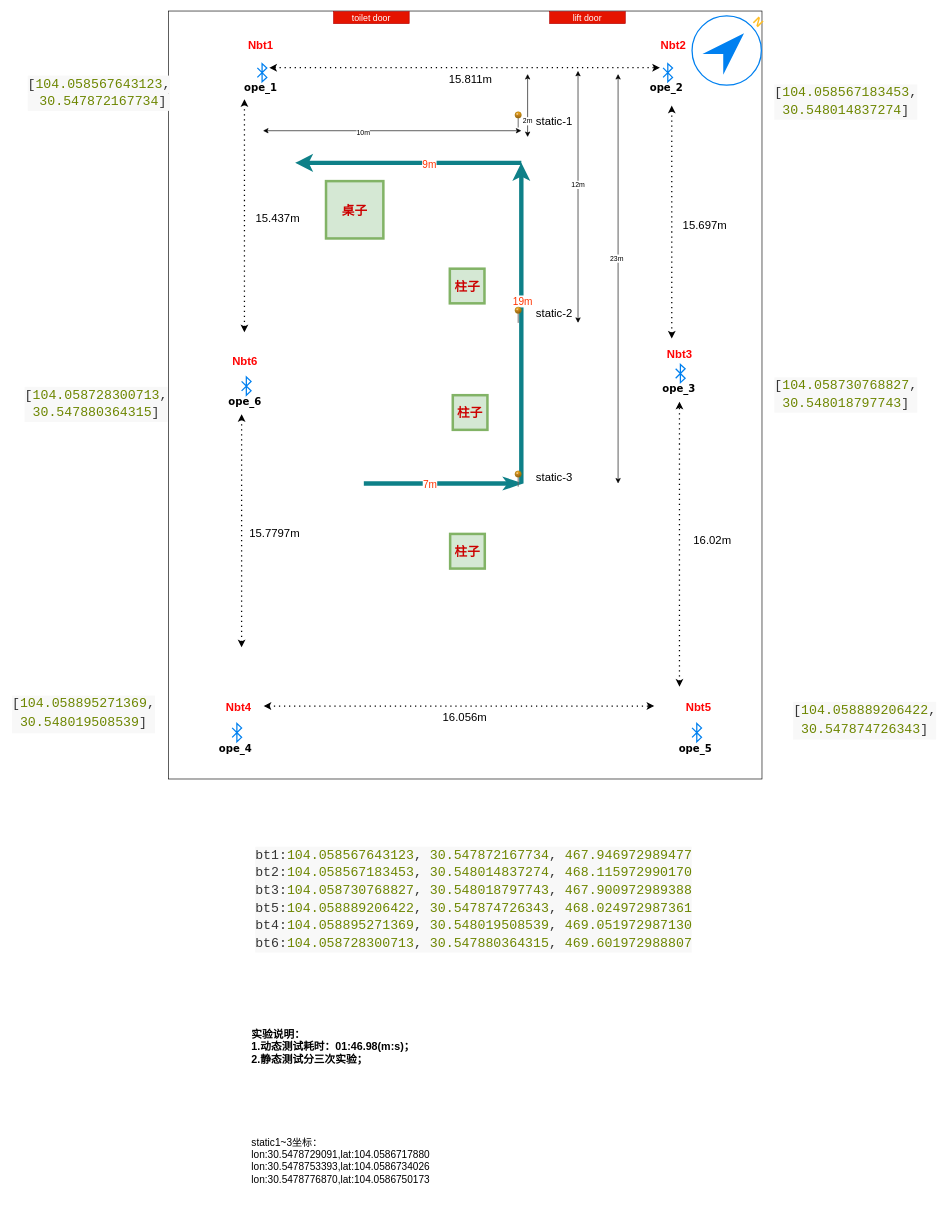
Above: page "ope环境和测试轨迹" (5 of 5) of TotalStation/位置信息标注.drawio in Joiner12/Position (draw.io), before the change. Source tidied: cells renumbered, new cells numbered last; positions are measured from the earlier drawing's top-left corner, leaving out a move shared by most shapes. Both pictures are drawn from the tidied source at 63%, with x=0, y=0 at pixel (11, 11).
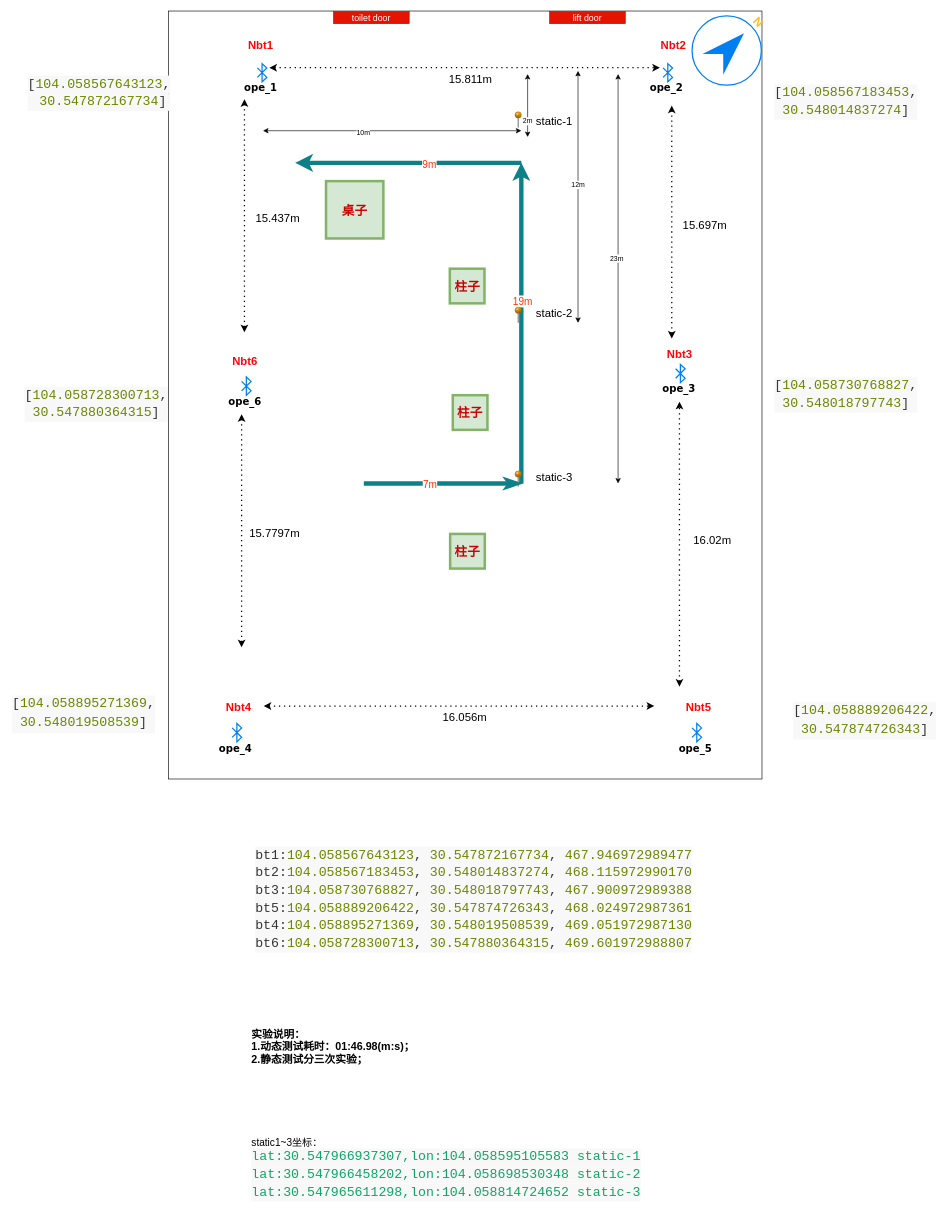
After the change.

Commit message (it also covers changes not shown here):
更正静态点位置坐标

What changed in the source:
```diff
@@
-    <mxCell id="79" value="&lt;font style=&quot;font-size: 16px&quot;&gt;static1~3坐标：&lt;br&gt;lon:30.5478729091,lat:104.0586717880&lt;br&gt;lon:30.5478753393,lat:104.0586734026&lt;br&gt;lon:30.5478776870,lat:104.0586750173&lt;/font&gt;" style="text;whiteSpace=wrap;html=1;" parent="1" vertex="1">
-      <mxGeometry x="380" y="1780" width="300" height="90" as="geometry" />
+    <mxCell id="79" value="&lt;font style=&quot;font-size: 16px&quot;&gt;static1~3坐标：&lt;br&gt;&lt;div style=&quot;color: rgb(53 , 53 , 53) ; background-color: rgb(248 , 248 , 248) ; font-family: &amp;#34;consolas&amp;#34; , &amp;#34;courier new&amp;#34; , monospace ; font-size: 21px ; line-height: 28px&quot;&gt;&lt;span style=&quot;color: #10a567&quot;&gt;lat:30.547966937307,lon:104.058595105583&amp;nbsp;static-1&lt;/span&gt;&lt;/div&gt;&lt;div style=&quot;color: rgb(53 , 53 , 53) ; background-color: rgb(248 , 248 , 248) ; font-family: &amp;#34;consolas&amp;#34; , &amp;#34;courier new&amp;#34; , monospace ; font-size: 21px ; line-height: 28px&quot;&gt;&lt;div style=&quot;font-family: &amp;#34;consolas&amp;#34; , &amp;#34;courier new&amp;#34; , monospace ; line-height: 28px&quot;&gt;&lt;span style=&quot;color: #10a567&quot;&gt;lat:30.547966458202,lon:104.058698530348&amp;nbsp;static-2&lt;/span&gt;&lt;/div&gt;&lt;/div&gt;&lt;div style=&quot;color: rgb(53 , 53 , 53) ; background-color: rgb(248 , 248 , 248) ; font-family: &amp;#34;consolas&amp;#34; , &amp;#34;courier new&amp;#34; , monospace ; font-size: 21px ; line-height: 28px&quot;&gt;&lt;span style=&quot;color: #10a567&quot;&gt;lat:30.547965611298,lon:104.058814724652&amp;nbsp;static-3&lt;/span&gt;&lt;/div&gt;&lt;/font&gt;" style="text;whiteSpace=wrap;html=1;" parent="1" vertex="1">
+      <mxGeometry x="380" y="1780" width="630" height="130" as="geometry" />
     </mxCell>
```
